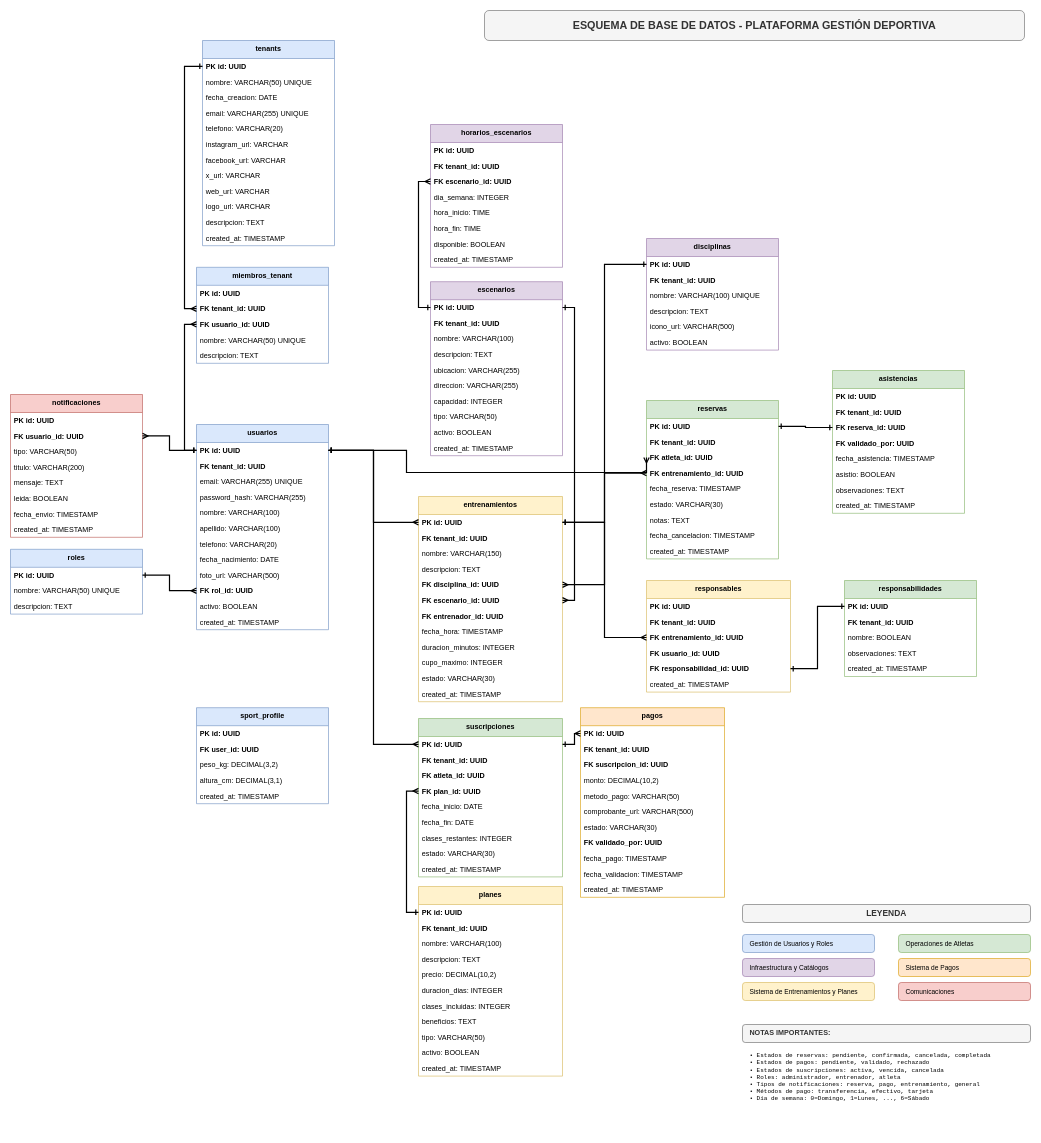
SergioRojasM/app-sports-manager keeps this draw.io diagram as projectspec/diagrams/database-schema.drawio. Above is the earlier version. Source tidied: cells renumbered, new cells numbered last; positions are measured from the earlier drawing's top-left corner, leaving out a move shared by most shapes. Both pictures are drawn from the tidied source at 60%, with x=0, y=0 at pixel (10, 10).
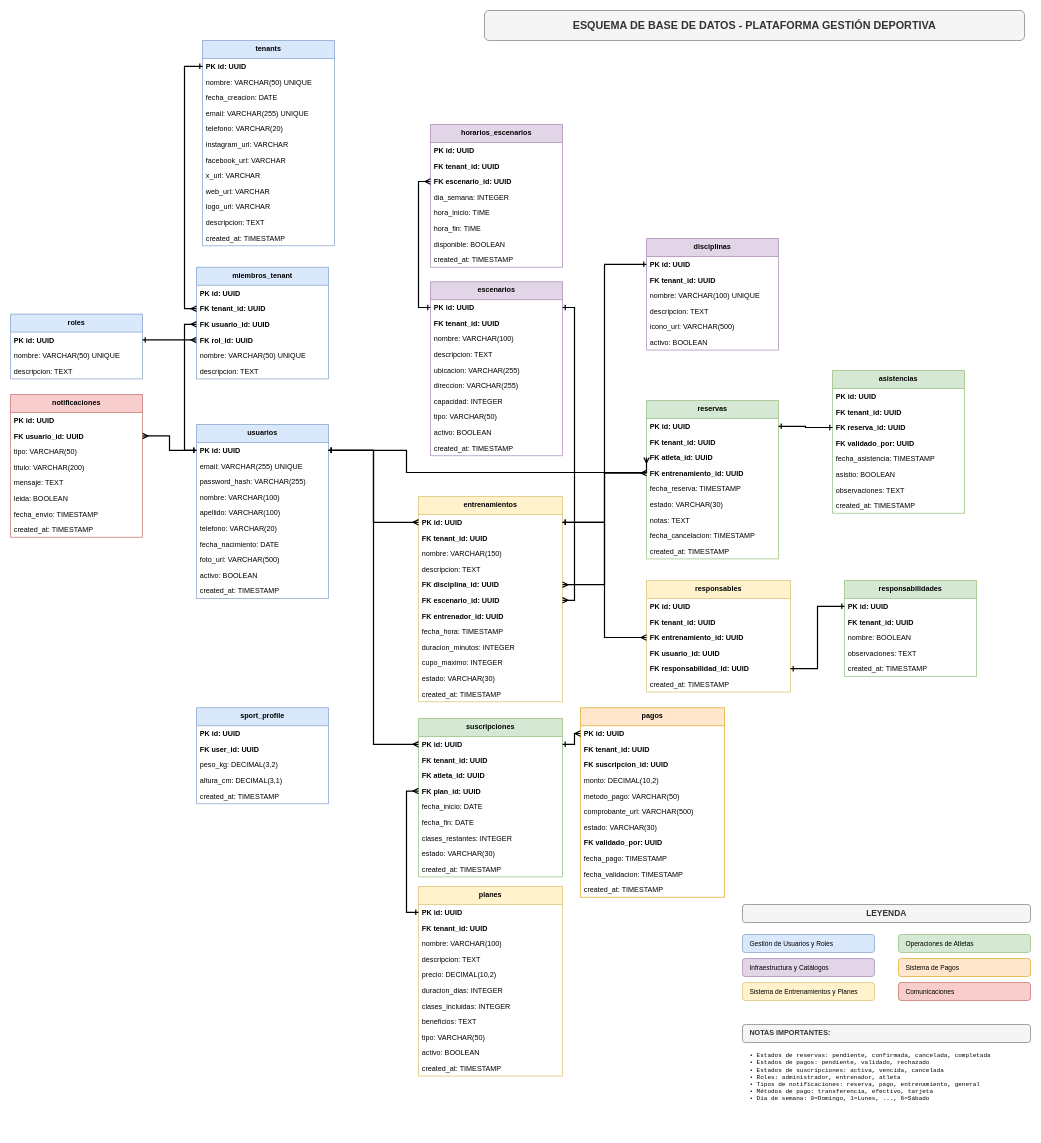
Above is the later version.

Commit message (it also covers changes not shown here):
Redesign database schema and refactor tenant membership model

The change refers to these unchanged cells:
```xml
<mxCell id="17" value="PK  id: UUID" style="text;strokeColor=none;fillColor=none;align=left;verticalAlign=top;spacingLeft=4;spacingRight=4;overflow=hidden;points=[[0,0.5],[1,0.5]];portConstraint=eastwest;fontStyle=1;" parent="16" vertex="1">
  <mxGeometry y="30" width="220" height="26" as="geometry" />
</mxCell>
```

Change to the diagram source:
```diff
@@
     <mxCell id="3" value="usuarios" style="swimlane;fontStyle=1;align=center;verticalAlign=top;horizontal=1;startSize=30;fillColor=#dae8fc;strokeColor=#6c8ebf;fontSize=12;" parent="1" vertex="1">
-      <mxGeometry x="310" y="690" width="220" height="342" as="geometry" />
+      <mxGeometry x="310" y="690" width="220" height="290" as="geometry" />
     </mxCell>
@@
-    <mxCell id="5" value="FK tenant_id: UUID" style="text;strokeColor=none;fillColor=none;align=left;verticalAlign=top;spacingLeft=4;spacingRight=4;overflow=hidden;fontStyle=1;" parent="3" vertex="1">
-      <mxGeometry y="56" width="220" height="26" as="geometry" />
-    </mxCell>
     <mxCell id="6" value="     email: VARCHAR(255) UNIQUE" style="text;strokeColor=none;fillColor=none;align=left;verticalAlign=top;spacingLeft=4;spacingRight=4;overflow=hidden;" parent="3" vertex="1">
-      <mxGeometry y="82" width="220" height="26" as="geometry" />
+      <mxGeometry y="56" width="220" height="26" as="geometry" />
     </mxCell>
     <mxCell id="7" value="     password_hash: VARCHAR(255)" style="text;strokeColor=none;fillColor=none;align=left;verticalAlign=top;spacingLeft=4;spacingRight=4;overflow=hidden;" parent="3" vertex="1">
-      <mxGeometry y="108" width="220" height="26" as="geometry" />
+      <mxGeometry y="82" width="220" height="26" as="geometry" />
     </mxCell>
     <mxCell id="8" value="     nombre: VARCHAR(100)" style="text;strokeColor=none;fillColor=none;align=left;verticalAlign=top;spacingLeft=4;spacingRight=4;overflow=hidden;" parent="3" vertex="1">
-      <mxGeometry y="134" width="220" height="26" as="geometry" />
+      <mxGeometry y="108" width="220" height="26" as="geometry" />
     </mxCell>
     <mxCell id="9" value="     apellido: VARCHAR(100)" style="text;strokeColor=none;fillColor=none;align=left;verticalAlign=top;spacingLeft=4;spacingRight=4;overflow=hidden;" parent="3" vertex="1">
-      <mxGeometry y="160" width="220" height="26" as="geometry" />
+      <mxGeometry y="134" width="220" height="26" as="geometry" />
     </mxCell>
     <mxCell id="10" value="     telefono: VARCHAR(20)" style="text;strokeColor=none;fillColor=none;align=left;verticalAlign=top;spacingLeft=4;spacingRight=4;overflow=hidden;" parent="3" vertex="1">
-      <mxGeometry y="186" width="220" height="26" as="geometry" />
+      <mxGeometry y="160" width="220" height="26" as="geometry" />
     </mxCell>
     <mxCell id="11" value="fecha_nacimiento: DATE" style="text;strokeColor=none;fillColor=none;align=left;verticalAlign=top;spacingLeft=4;spacingRight=4;overflow=hidden;" parent="3" vertex="1">
-      <mxGeometry y="212" width="220" height="26" as="geometry" />
+      <mxGeometry y="186" width="220" height="26" as="geometry" />
     </mxCell>
     <mxCell id="12" value="     foto_url: VARCHAR(500)" style="text;strokeColor=none;fillColor=none;align=left;verticalAlign=top;spacingLeft=4;spacingRight=4;overflow=hidden;" parent="3" vertex="1">
-      <mxGeometry y="238" width="220" height="26" as="geometry" />
+      <mxGeometry y="212" width="220" height="26" as="geometry" />
     </mxCell>
-    <mxCell id="13" value="FK  rol_id: UUID" style="text;strokeColor=none;fillColor=none;align=left;verticalAlign=top;spacingLeft=4;spacingRight=4;overflow=hidden;points=[[0,0.5],[1,0.5]];portConstraint=eastwest;fontStyle=1;" parent="3" vertex="1">
-      <mxGeometry y="264" width="220" height="26" as="geometry" />
-    </mxCell>
     <mxCell id="14" value="     activo: BOOLEAN" style="text;strokeColor=none;fillColor=none;align=left;verticalAlign=top;spacingLeft=4;spacingRight=4;overflow=hidden;" parent="3" vertex="1">
-      <mxGeometry y="290" width="220" height="26" as="geometry" />
+      <mxGeometry y="238" width="220" height="26" as="geometry" />
     </mxCell>
     <mxCell id="15" value="     created_at: TIMESTAMP" style="text;strokeColor=none;fillColor=none;align=left;verticalAlign=top;spacingLeft=4;spacingRight=4;overflow=hidden;" parent="3" vertex="1">
-      <mxGeometry y="316" width="220" height="26" as="geometry" />
+      <mxGeometry y="264" width="220" height="26" as="geometry" />
     </mxCell>
     <mxCell id="16" value="roles" style="swimlane;fontStyle=1;align=center;verticalAlign=top;horizontal=1;startSize=30;fillColor=#dae8fc;strokeColor=#6c8ebf;fontSize=12;" parent="1" vertex="1">
-      <mxGeometry y="898" width="220" height="108" as="geometry" />
+      <mxGeometry y="506" width="220" height="108" as="geometry" />
     </mxCell>
@@
-    <mxCell id="122" style="edgeStyle=orthogonalEdgeStyle;rounded=0;jettySize=auto;html=1;strokeWidth=2;endArrow=ERmany;endFill=0;startArrow=ERone;startFill=0;exitX=1;exitY=0.5;exitDx=0;exitDy=0;" parent="1" edge="1" source="17" target="13">
+    <mxCell id="122" style="edgeStyle=orthogonalEdgeStyle;rounded=0;jettySize=auto;html=1;strokeWidth=2;endArrow=ERmany;endFill=0;startArrow=ERone;startFill=0;exitX=1;exitY=0.5;exitDx=0;exitDy=0;entryX=0;entryY=0.5;entryDx=0;entryDy=0;" parent="1" edge="1" source="17" target="13">
       <mxGeometry relative="1" as="geometry" />
     </mxCell>
@@
     <mxCell id="171" value="miembros_tenant" style="swimlane;fontStyle=1;align=center;verticalAlign=top;horizontal=1;startSize=30;fillColor=#dae8fc;strokeColor=#6c8ebf;fontSize=12;" parent="1" vertex="1">
-      <mxGeometry x="310" y="428" width="220" height="160" as="geometry" />
+      <mxGeometry x="310" y="428" width="220" height="186" as="geometry" />
     </mxCell>
@@
+    <mxCell id="13" value="FK rol_id: UUID" style="text;strokeColor=none;fillColor=none;align=left;verticalAlign=top;spacingLeft=4;spacingRight=4;overflow=hidden;points=[[0,0.5],[1,0.5]];portConstraint=eastwest;fontStyle=1;" parent="171" vertex="1">
+      <mxGeometry y="108" width="220" height="26" as="geometry" />
+    </mxCell>
     <mxCell id="175" value="     nombre: VARCHAR(50) UNIQUE" style="text;strokeColor=none;fillColor=none;align=left;verticalAlign=top;spacingLeft=4;spacingRight=4;overflow=hidden;" parent="171" vertex="1">
-      <mxGeometry y="108" width="220" height="26" as="geometry" />
+      <mxGeometry y="134" width="220" height="26" as="geometry" />
     </mxCell>
     <mxCell id="176" value="     descripcion: TEXT" style="text;strokeColor=none;fillColor=none;align=left;verticalAlign=top;spacingLeft=4;spacingRight=4;overflow=hidden;" parent="171" vertex="1">
-      <mxGeometry y="134" width="220" height="26" as="geometry" />
+      <mxGeometry y="160" width="220" height="26" as="geometry" />
     </mxCell>
```
